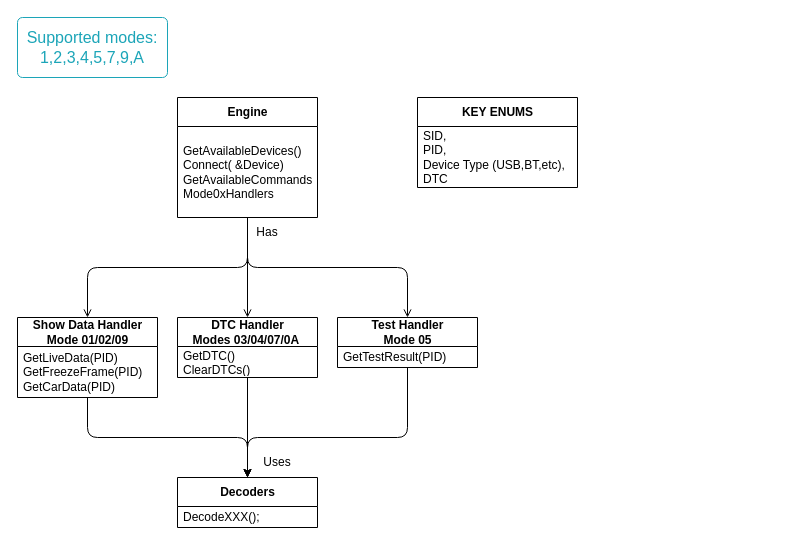
This is page "ObdEngine" (3 of 7) of Documentation/Fluffy dashboard architecture.drawio from avatarp/fluffy-dashboard, a draw.io file, before an edit. Source tidied: cells renumbered, new cells numbered last; positions are measured from the earlier drawing's top-left corner, leaving out a move shared by most shapes. Both pictures are drawn from the tidied source at 100%, with x=0, y=0 at pixel (17, 17).
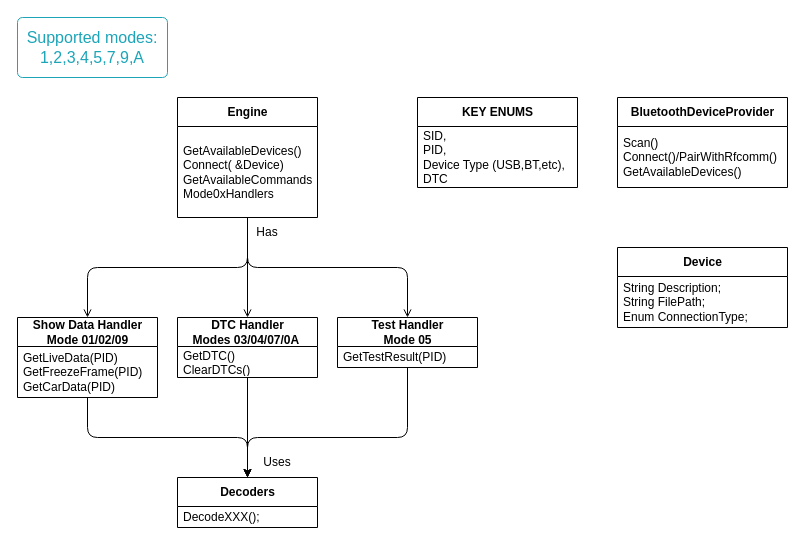
After the change.

Change to the diagram source:
```diff
@@
+    <mxCell id="23" value="BluetoothDeviceProvider" style="swimlane;fontStyle=1;align=center;verticalAlign=middle;horizontal=1;startSize=29;html=1;" parent="1" vertex="1">
+      <mxGeometry x="600" y="80" width="170" height="90" as="geometry" />
+    </mxCell>
+    <mxCell id="24" value="&lt;div&gt;Scan()&lt;/div&gt;&lt;div&gt;Connect()/PairWithRfcomm()&lt;/div&gt;&lt;div&gt;GetAvailableDevices()&lt;/div&gt;" style="text;html=1;strokeColor=none;fillColor=none;align=left;verticalAlign=middle;spacingLeft=4;spacingRight=4;overflow=hidden;" parent="23" vertex="1">
+      <mxGeometry y="29" width="170" height="61" as="geometry" />
+    </mxCell>
+    <mxCell id="25" value="Device" style="swimlane;fontStyle=1;align=center;verticalAlign=middle;horizontal=1;startSize=29;html=1;" parent="1" vertex="1">
+      <mxGeometry x="600" y="230" width="170" height="80" as="geometry" />
+    </mxCell>
+    <mxCell id="26" value="String Description;&lt;br&gt;String FilePath;&lt;br&gt;Enum ConnectionType;" style="text;html=1;strokeColor=none;fillColor=none;align=left;verticalAlign=middle;spacingLeft=4;spacingRight=4;overflow=hidden;" parent="25" vertex="1">
+      <mxGeometry y="29" width="170" height="51" as="geometry" />
+    </mxCell>
```
